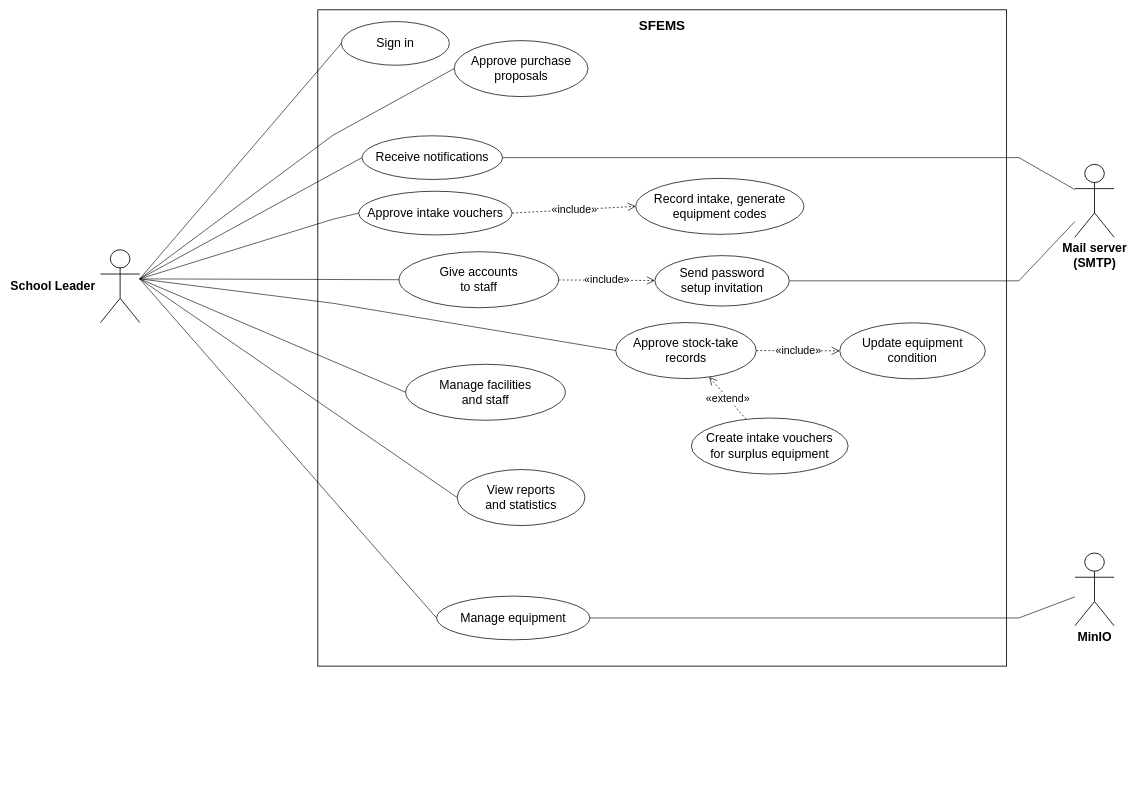
Earlier version of the draw.io diagram docs/ENG/diagram/Report 3/05 Use case/05 School Leader.drawio (LuuDong2004/SEP490_G123_SFEMS). Source tidied: cells renumbered, new cells numbered last; positions are measured from the earlier drawing's top-left corner, leaving out a move shared by most shapes. Both pictures are drawn from the tidied source at 56%, with x=0, y=0 at pixel (100, 10).
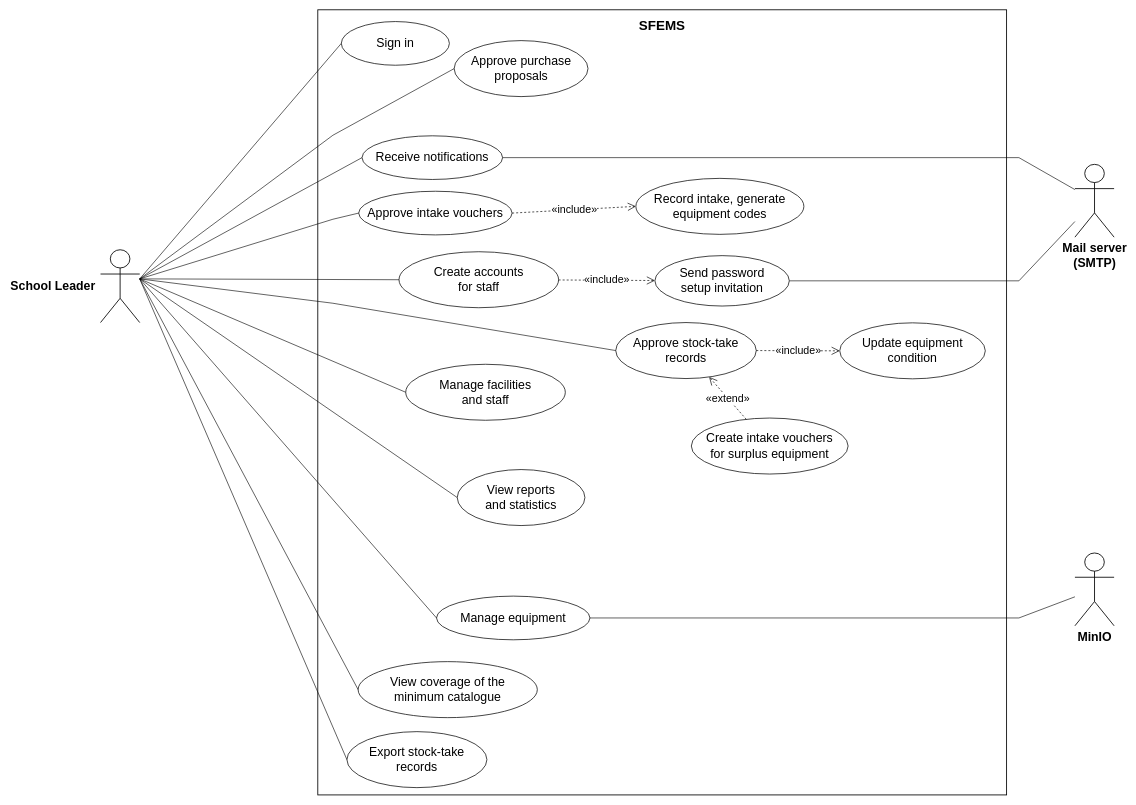
The same diagram, later.

The change refers to these unchanged cells:
```xml
<mxCell id="3" value="School Leader" style="shape=umlActor;labelPosition=left;align=right;verticalLabelPosition=middle;verticalAlign=middle;spacingRight=8;html=1;outlineConnect=0;fontSize=22;fontStyle=1;fontFamily=Arial;strokeWidth=1.5;" parent="1" vertex="1">
  <mxGeometry y="428.5" width="70" height="130" as="geometry" />
</mxCell>
```

What changed in the source:
```diff
@@
     <mxCell id="2" value="SFEMS" style="rounded=0;whiteSpace=wrap;html=1;fillColor=none;strokeColor=#000000;strokeWidth=1.5;verticalAlign=top;fontSize=24;fontStyle=1;fontFamily=Arial;spacingTop=8;" parent="1" vertex="1">
-      <mxGeometry x="388" width="1230" height="1172" as="geometry" />
+      <mxGeometry x="388" width="1230" height="1402" as="geometry" />
     </mxCell>
@@
-    <mxCell id="8" value="Give accounts&lt;br&gt;to staff" style="ellipse;whiteSpace=wrap;html=1;fillColor=#FFFFFF;strokeColor=#000000;strokeWidth=1.3;fontSize=22;fontFamily=Arial;" parent="1" vertex="1">
+    <mxCell id="8" value="Create accounts&lt;br&gt;for staff" style="ellipse;whiteSpace=wrap;html=1;fillColor=#FFFFFF;strokeColor=#000000;strokeWidth=1.3;fontSize=22;fontFamily=Arial;" parent="1" vertex="1">
       <mxGeometry x="533" y="432" width="285" height="100" as="geometry" />
     </mxCell>
@@
+    <mxCell id="35" value="View coverage of the&lt;br&gt;minimum catalogue" style="ellipse;whiteSpace=wrap;html=1;fillColor=#FFFFFF;strokeColor=#000000;strokeWidth=1.3;fontSize=22;fontFamily=Arial;" parent="1" vertex="1">
+      <mxGeometry x="460" y="1164" width="320" height="100" as="geometry" />
+    </mxCell>
+    <mxCell id="36" style="endArrow=none;html=1;rounded=0;strokeWidth=1.1;strokeColor=#000000;exitX=1;exitY=0.4;exitDx=0;exitDy=0;entryX=0;entryY=0.5;entryDx=0;entryDy=0;" parent="1" edge="1" source="3" target="35">
+      <mxGeometry relative="1" as="geometry" />
+    </mxCell>
+    <mxCell id="37" value="Export stock-take&lt;br&gt;records" style="ellipse;whiteSpace=wrap;html=1;fillColor=#FFFFFF;strokeColor=#000000;strokeWidth=1.3;fontSize=22;fontFamily=Arial;" parent="1" vertex="1">
+      <mxGeometry x="440" y="1289" width="250" height="100" as="geometry" />
+    </mxCell>
+    <mxCell id="38" style="endArrow=none;html=1;rounded=0;strokeWidth=1.1;strokeColor=#000000;exitX=1;exitY=0.4;exitDx=0;exitDy=0;entryX=0;entryY=0.5;entryDx=0;entryDy=0;" parent="1" edge="1" source="3" target="37">
+      <mxGeometry relative="1" as="geometry" />
+    </mxCell>
```
